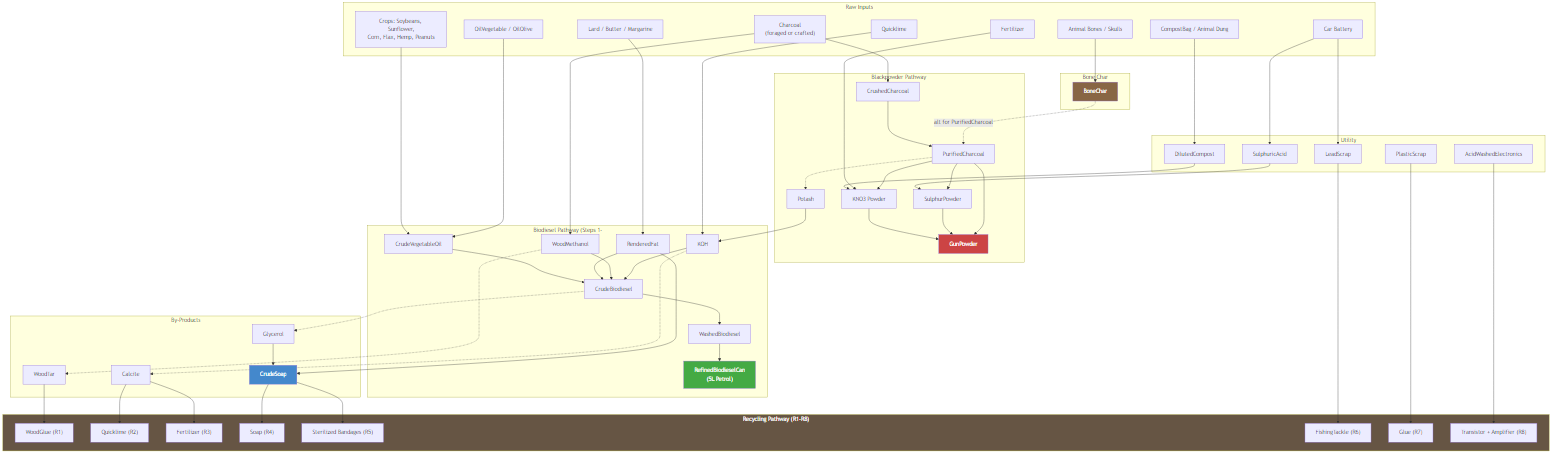
Before: docs/images/recipe-overview.png, a diagram exported from Mermaid (phobos-dthorga/mod-pz-chemistry-pathways). Its source is kept beside it as docs/mermaid-src/recipe-overview.mmd.
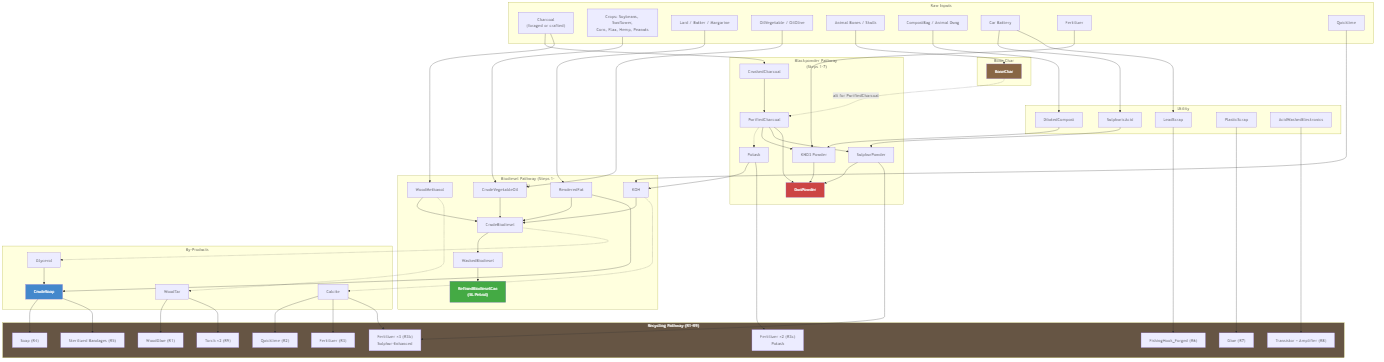
After the commit.

Diff of the diagram source:
```diff
@@ -49,15 +49,18 @@
         ACIDWASH["AcidWashedElectronics"]
     end
 
-    subgraph RC["Recycling Pathway (R1-R8)"]
+    subgraph RC["Recycling Pathway (R1-R9)"]
         WOODGLUE["WoodGlue (R1)"]
         QLIME_OUT["Quicklime (R2)"]
         FERT_OUT["Fertilizer (R3)"]
+        FERT_S_OUT["Fertilizer ×3 (R3b)<br/>Sulphur-Enhanced"]
+        FERT_P_OUT["Fertilizer ×2 (R3c)<br/>Potash"]
         SOAP2["Soap (R4)"]
         BANDAGE["Sterilized Bandages (R5)"]
         TACKLE["FishingHook_Forged (R6)"]
         GLUE["Glue (R7)"]
         TRANSISTOR["Transistor + Amplifier (R8)"]
+        TORCH_OUT["Torch ×2 (R9)"]
     end
 
     CHARCOAL --> CRUSH
@@ -99,8 +102,12 @@
     BATTERY --> LEAD
 
     WOODTAR --> WOODGLUE
+    WOODTAR --> TORCH_OUT
     CALCITE --> QLIME_OUT
     CALCITE --> FERT_OUT
+    CALCITE --> FERT_S_OUT
+    SULPHUR --> FERT_S_OUT
+    POTASH --> FERT_P_OUT
     SOAP --> SOAP2
     SOAP --> BANDAGE
     LEAD --> TACKLE
```
